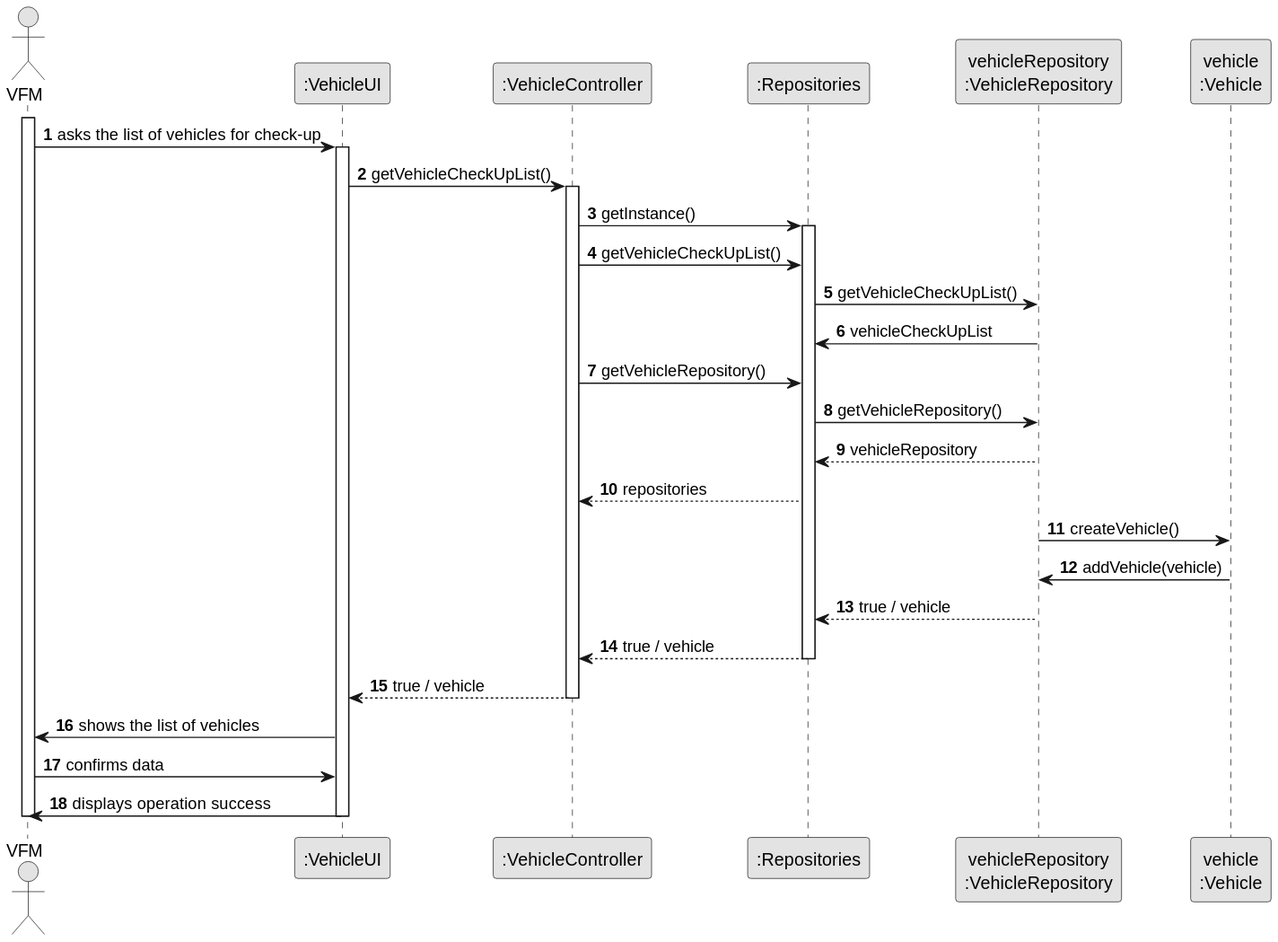
francisc-o-liveira/lei-24-s2-1dp-g163 keeps this PlantUML diagram as docs/sprintB/us008/03.design/svg/us008-sequence-diagram-full.svg. Above is the earlier version. Its diagram source:
```plantuml
@startuml
skinparam monochrome true
skinparam packageStyle rectangle
skinparam shadowing false

autonumber

actor "VFM" as VFM
participant ":VehicleUI" as UI
participant ":VehicleController" as CTRL
participant ":Repositories" as Repositories
participant "vehicleRepository\n:VehicleRepository" as VehicleRepository
participant "vehicle\n:Vehicle" as Vehicle

activate VFM

    VFM -> UI : asks the list of vehicles for check-up
    activate UI

        UI -> CTRL : getVehicleCheckUpList()
        activate CTRL

        CTRL -> Repositories : getInstance()
        activate Repositories

        CTRL -> Repositories : getVehicleCheckUpList()

        Repositories -> VehicleRepository : getVehicleCheckUpList()

        VehicleRepository -> Repositories : vehicleCheckUpList

        CTRL -> Repositories : getVehicleRepository()

        Repositories -> VehicleRepository : getVehicleRepository()

        VehicleRepository --> Repositories : vehicleRepository
        deactivate VehicleRepository

        Repositories --> CTRL: repositories

        VehicleRepository -> Vehicle: createVehicle()

        Vehicle -> VehicleRepository: addVehicle(vehicle)

        VehicleRepository --> Repositories : true / vehicle

        Repositories --> CTRL : true / vehicle
        deactivate Repositories

        deactivate VehicleRepository

        CTRL --> UI: true / vehicle
        deactivate CTRL

        UI -> VFM : shows the list of vehicles

        VFM -> UI : confirms data

        UI -> VFM : displays operation success
    deactivate UI

deactivate VFM
@enduml
```
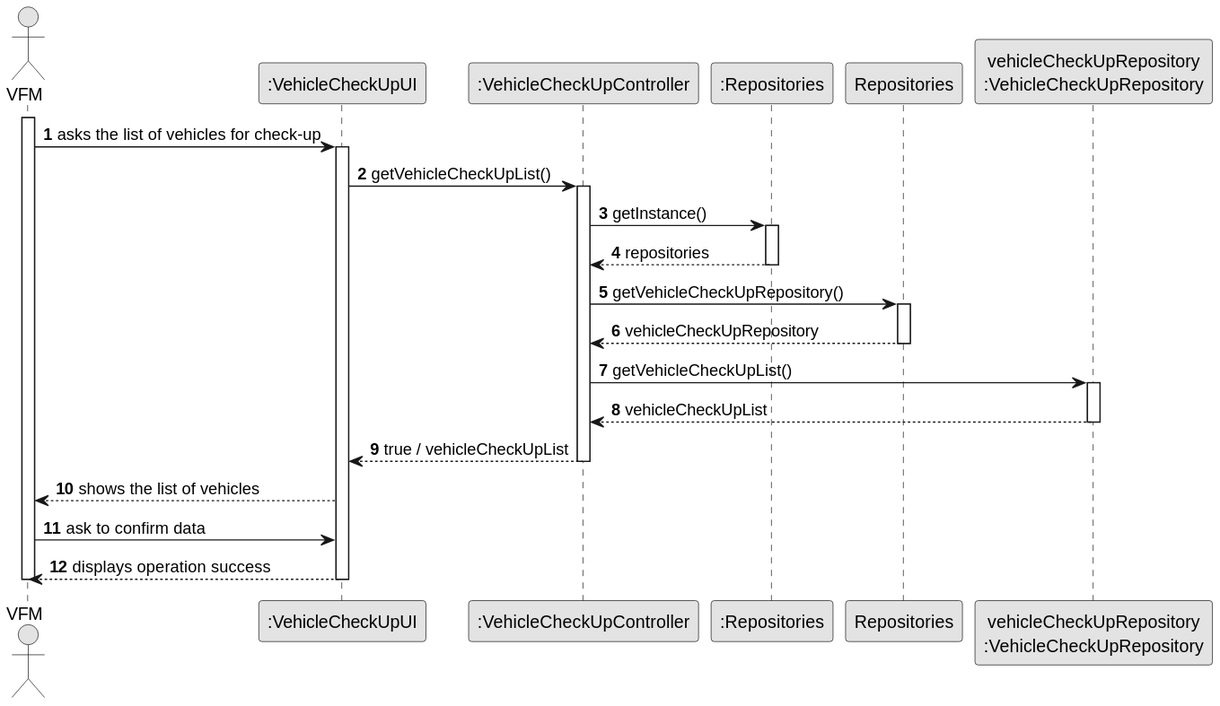
The same file after the commit.

What changed in the source:
```diff
@@ -6,57 +6,50 @@
 autonumber
 
 actor "VFM" as VFM
-participant ":VehicleUI" as UI
-participant ":VehicleController" as CTRL
+participant ":VehicleCheckUpUI" as UI
+
+participant ":VehicleCheckUpController" as CTRL
+
 participant ":Repositories" as Repositories
-participant "vehicleRepository\n:VehicleRepository" as VehicleRepository
-participant "vehicle\n:Vehicle" as Vehicle
+participant "Repositories" as Repos
+participant "vehicleCheckUpRepository\n:VehicleCheckUpRepository" as VehicleCheckUpRepository
 
 activate VFM
 
     VFM -> UI : asks the list of vehicles for check-up
     activate UI
 
-        UI -> CTRL : getVehicleCheckUpList()
-        activate CTRL
+    UI -> CTRL : getVehicleCheckUpList()
+    activate CTRL
 
-        CTRL -> Repositories : getInstance()
-        activate Repositories
+    CTRL -> Repositories : getInstance()
+    activate Repositories
 
-        CTRL -> Repositories : getVehicleCheckUpList()
+    Repositories --> CTRL : repositories
+    deactivate Repositories
 
-        Repositories -> VehicleRepository : getVehicleCheckUpList()
+    CTRL -> Repos : getVehicleCheckUpRepository()
+    activate Repos
 
-        VehicleRepository -> Repositories : vehicleCheckUpList
+    Repos --> CTRL :vehicleCheckUpRepository
+    deactivate Repos
 
-        CTRL -> Repositories : getVehicleRepository()
+    CTRL -> VehicleCheckUpRepository : getVehicleCheckUpList()
+    activate VehicleCheckUpRepository
 
-        Repositories -> VehicleRepository : getVehicleRepository()
+    VehicleCheckUpRepository --> CTRL : vehicleCheckUpList
+    deactivate VehicleCheckUpRepository
 
-        VehicleRepository --> Repositories : vehicleRepository
-        deactivate VehicleRepository
+    deactivate VehicleCheckUpRepository
 
-        Repositories --> CTRL: repositories
+    CTRL --> UI: true / vehicleCheckUpList
+    deactivate CTRL
 
-        VehicleRepository -> Vehicle: createVehicle()
+    UI --> VFM : shows the list of vehicles
 
-        Vehicle -> VehicleRepository: addVehicle(vehicle)
+    VFM -> UI : ask to confirm data
 
-        VehicleRepository --> Repositories : true / vehicle
-
-        Repositories --> CTRL : true / vehicle
-        deactivate Repositories
-
-        deactivate VehicleRepository
-
-        CTRL --> UI: true / vehicle
-        deactivate CTRL
-
-        UI -> VFM : shows the list of vehicles
-
-        VFM -> UI : confirms data
-
-        UI -> VFM : displays operation success
+    UI --> VFM : displays operation success
     deactivate UI
 
 deactivate VFM
```
